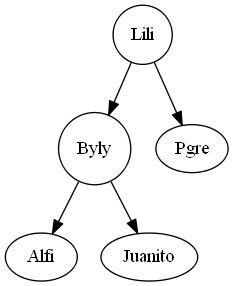
Above: ArbolBinBusqueda.png in ByLy23/Scrabble_CPP (Graphviz), before the change. Its source is kept beside it as ArbolBinBusqueda.dot.
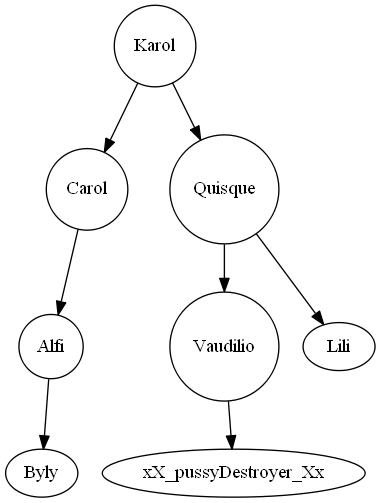
The same file after the commit.

The edit, as a diff of the source:
```diff
@@ -1,12 +1,18 @@
 digraph graficaArbolito{
  linkdir=LR
-Lili[shape= circle label="Lili"];
-Byly[shape= circle label="Byly"];
-Byly[shape= circle label="Byly"];
-Lili[shape= circle label="Lili"];
+Karol[shape= circle label="Karol"];
+Carol[shape= circle label="Carol"];
+Alfi[shape= circle label="Alfi"];
+Karol[shape= circle label="Karol"];
+Quisque[shape= circle label="Quisque"];
+Quisque[shape= circle label="Quisque"];
+Vaudilio[shape= circle label="Vaudilio"];
 
-Lili->Byly
-Byly->Alfi
-Byly->Juanito
-Lili->Pgre
+Karol->Carol
+Carol->Alfi
+Alfi->Byly
+Karol->Quisque
+Quisque->Lili
+Quisque->Vaudilio
+Vaudilio->xX_pussyDestroyer_Xx
 }
```
